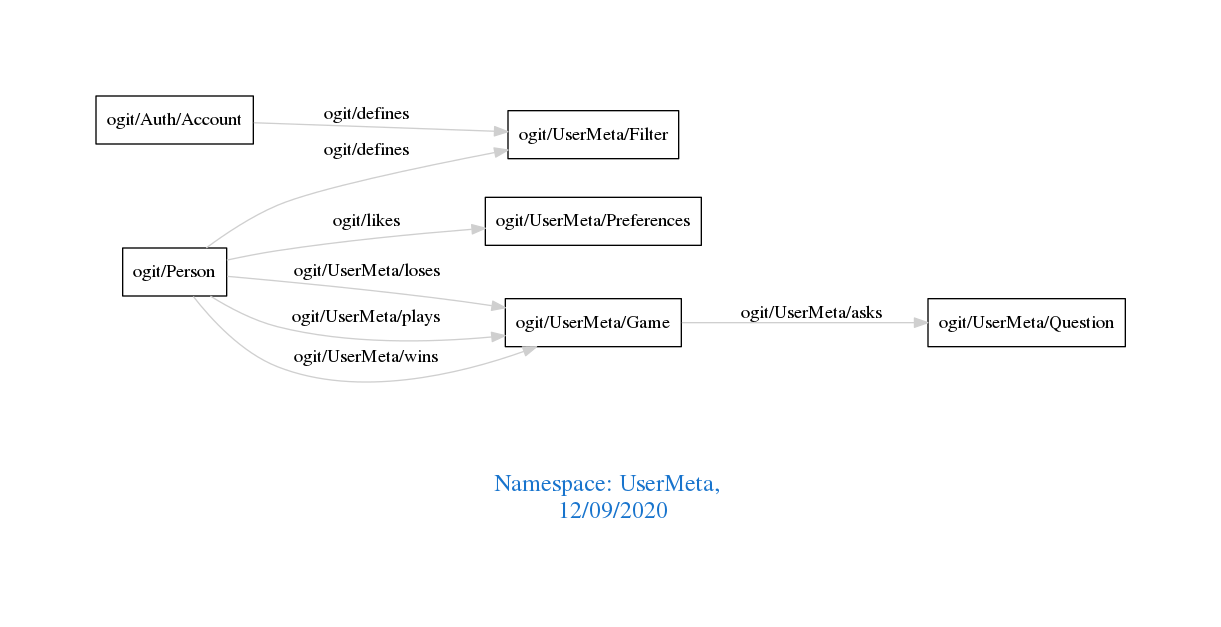
Before: downloads/UserMeta.png, a diagram exported from Graphviz (arago/OGIT). Its source is kept beside it as downloads/UserMeta.dot.
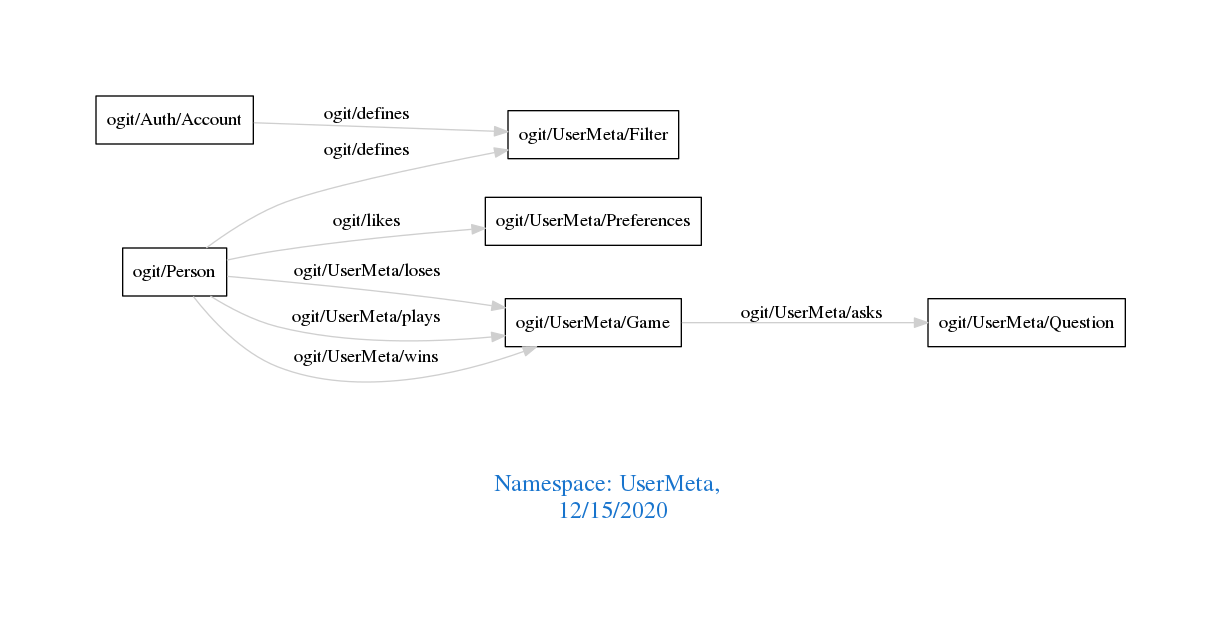
The same diagram one commit later.

The edit, as a diff of the source:
```diff
@@ -1,7 +1,7 @@
 digraph OGIT_ontology {
  graph [ rankdir= LR,pad=1
 fontsize = 18,
-fontcolor= dodgerblue3,label = "\n\n\nNamespace: UserMeta, \n 12/09/2020"];
+fontcolor= dodgerblue3,label = "\n\n\nNamespace: UserMeta, \n 12/15/2020"];
 node[shape=polygon];
 edge [  color="gray81"];
 
```
